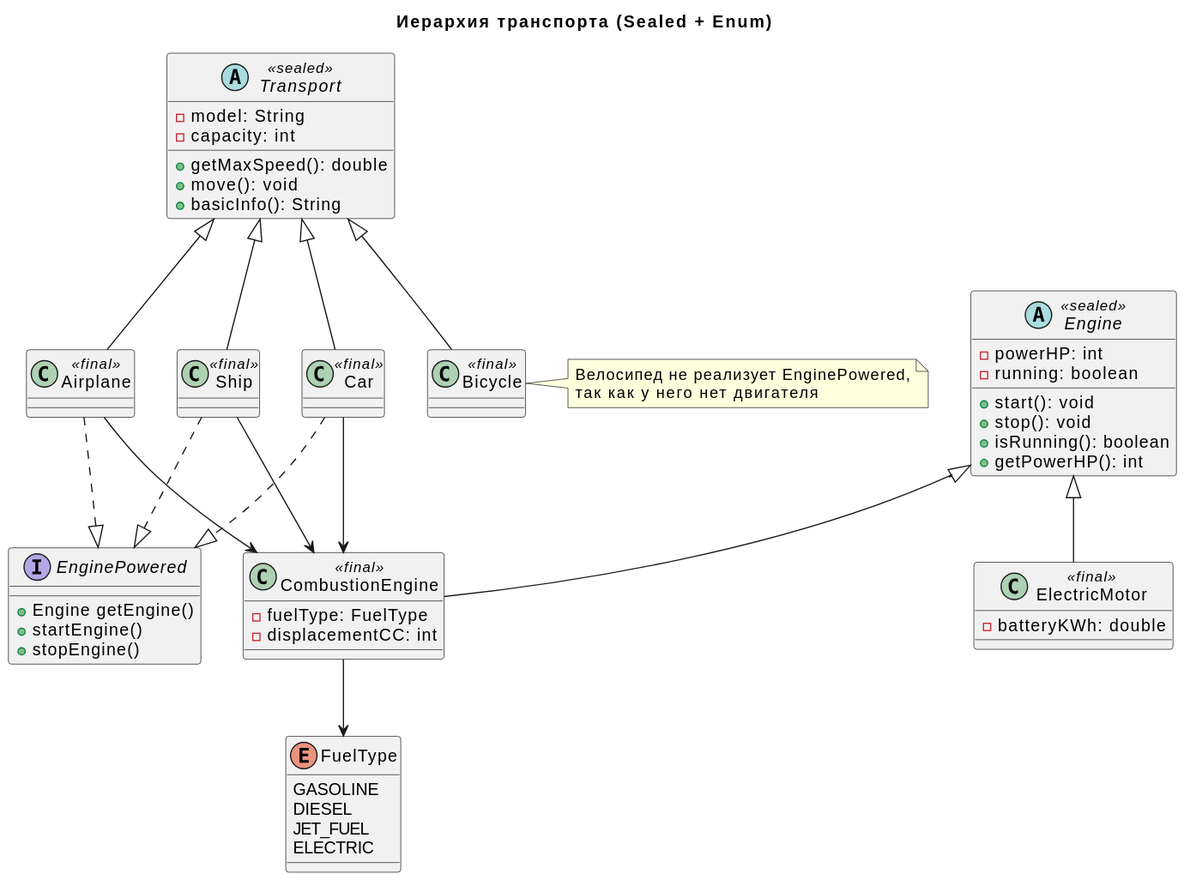
Before: 1.2 Системы контроля версий. Продвинутое ООП/transport_uml.svg, a diagram exported from PlantUML (qvazae/Learn_JavaBackendDeveloper). Its diagram source:
```plantuml
@startuml
title Иерархия транспорта (Sealed + Enum)

interface EnginePowered {
  +Engine getEngine()
  +startEngine()
  +stopEngine()
}

enum FuelType {
  GASOLINE
  DIESEL
  JET_FUEL
  ELECTRIC
}

abstract class Transport <<sealed>> {
  - model: String
  - capacity: int
  + getMaxSpeed(): double
  + move(): void
  + basicInfo(): String
}

abstract class Engine <<sealed>> {
  - powerHP: int
  - running: boolean
  + start(): void
  + stop(): void
  + isRunning(): boolean
  + getPowerHP(): int
}

class CombustionEngine <<final>> {
  - fuelType: FuelType
  - displacementCC: int
}

class ElectricMotor <<final>> {
  - batteryKWh: double
}

class Car <<final>>
class Airplane <<final>>
class Ship <<final>>
class Bicycle <<final>>

Transport <|-- Car
Transport <|-- Airplane
Transport <|-- Ship
Transport <|-- Bicycle

Engine <|-- CombustionEngine
Engine <|-- ElectricMotor

CombustionEngine --> FuelType
Car ..|> EnginePowered
Airplane ..|> EnginePowered
Ship ..|> EnginePowered

Car --> CombustionEngine
Airplane --> CombustionEngine
Ship --> CombustionEngine

note right of Bicycle
  Велосипед не реализует EnginePowered,
  так как у него нет двигателя
end note
@enduml
```
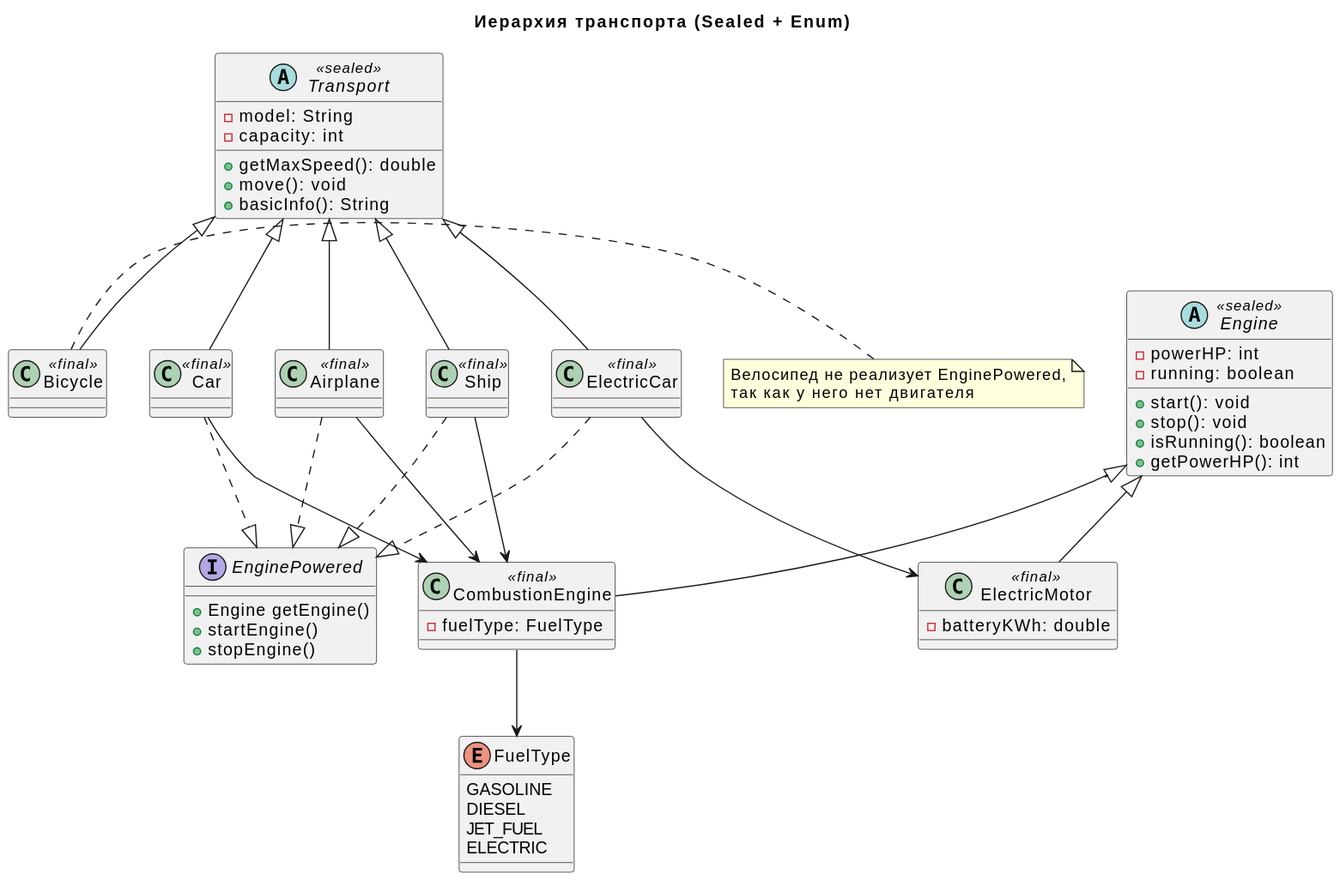
After the change.

Commit message:
chore(uml): auto-generate transport_uml.svg

The edit, as a diff of the source:
```diff
@@ -33,7 +33,6 @@
 
 class CombustionEngine <<final>> {
   - fuelType: FuelType
-  - displacementCC: int
 }
 
 class ElectricMotor <<final>> {
@@ -41,11 +40,13 @@
 }
 
 class Car <<final>>
+class ElectricCar <<final>>
 class Airplane <<final>>
 class Ship <<final>>
 class Bicycle <<final>>
 
 Transport <|-- Car
+Transport <|-- ElectricCar
 Transport <|-- Airplane
 Transport <|-- Ship
 Transport <|-- Bicycle
@@ -55,10 +56,12 @@
 
 CombustionEngine --> FuelType
 Car ..|> EnginePowered
+ElectricCar ..|> EnginePowered
 Airplane ..|> EnginePowered
 Ship ..|> EnginePowered
 
 Car --> CombustionEngine
+ElectricCar --> ElectricMotor
 Airplane --> CombustionEngine
 Ship --> CombustionEngine
 
```
